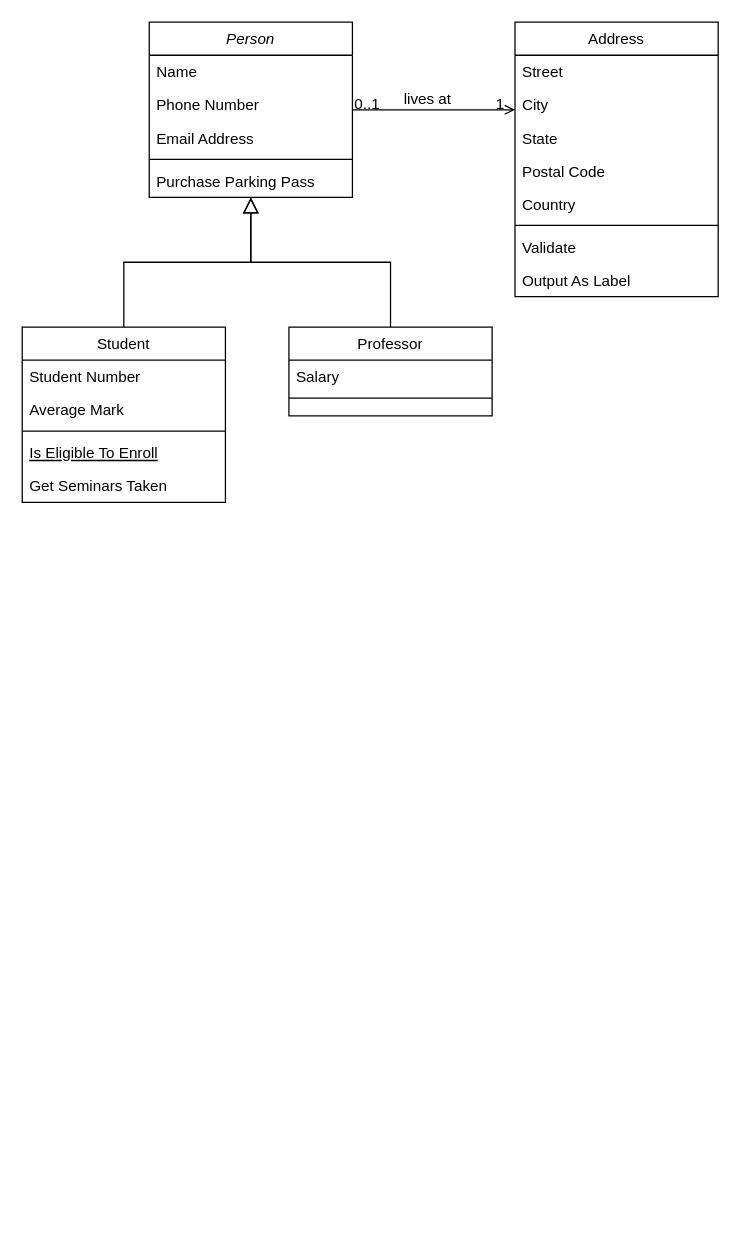
The draw.io diagram Resources/Diagramme de classe.drawio in titaosahraoui/EasySave, before the edit. Source tidied: cells renumbered, new cells numbered last; positions are measured from the earlier drawing's top-left corner, leaving out a move shared by most shapes. Both pictures are drawn from the tidied source at 127%, with x=0, y=0 at pixel (22, 22).
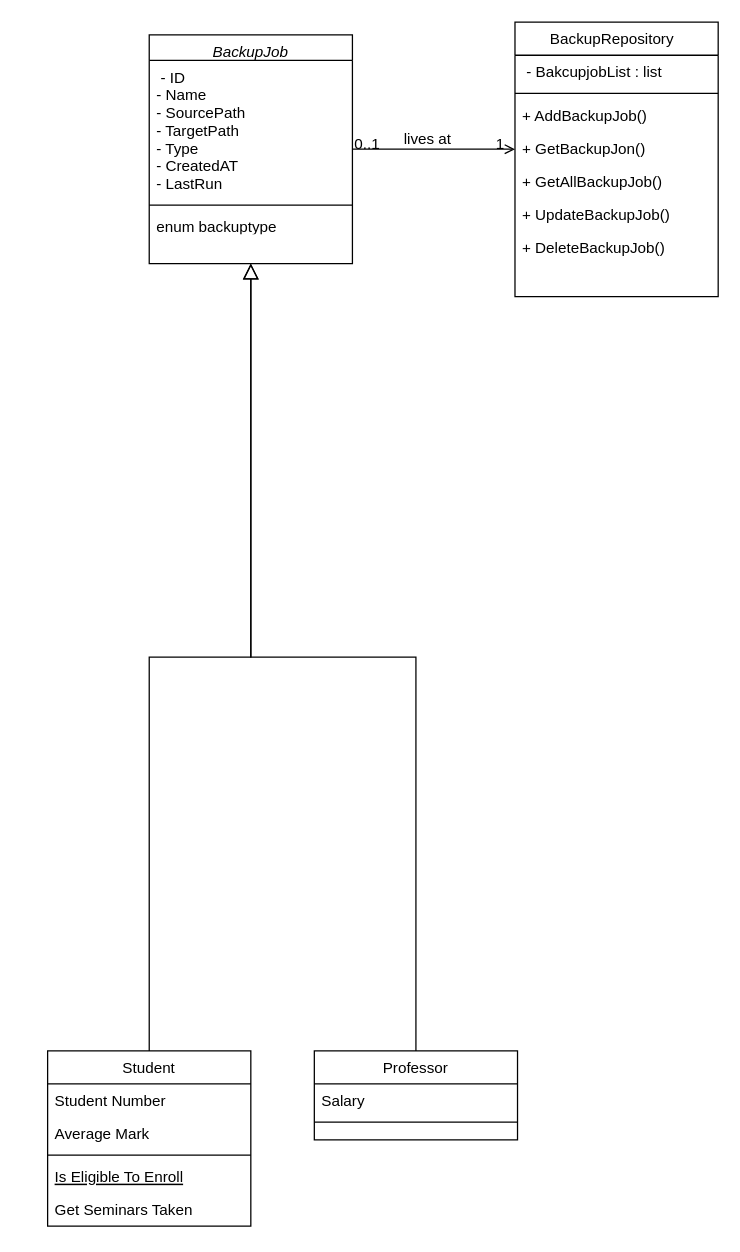
Above is the later version.

Commit message (it also covers changes not shown here):
Mettre à jour Diagramme de classe.drawio

Change to the diagram source:
```diff
@@
-    <mxCell id="2" value="Person" style="swimlane;fontStyle=2;align=center;verticalAlign=top;horizontal=1;startSize=26;rounded=0;shadow=0;strokeWidth=1;" parent="1" vertex="1">
-      <mxGeometry x="100" width="160" height="138" as="geometry" />
+    <mxCell id="2" value="BackupJob" style="swimlane;fontStyle=2;align=center;verticalAlign=top;horizontal=1;startSize=20;rounded=0;shadow=0;strokeWidth=1;" parent="1" vertex="1">
+      <mxGeometry x="100" y="10" width="160" height="180" as="geometry" />
     </mxCell>
-    <mxCell id="3" value="Name" style="text;align=left;verticalAlign=top;spacingLeft=4;spacingRight=4;overflow=hidden;" parent="2" vertex="1">
-      <mxGeometry y="26" width="160" height="26" as="geometry" />
-    </mxCell>
-    <mxCell id="4" value="Phone Number" style="text;align=left;verticalAlign=top;spacingLeft=4;spacingRight=4;overflow=hidden;rounded=0;shadow=0;html=0;" parent="2" vertex="1">
-      <mxGeometry y="52" width="160" height="26" as="geometry" />
-    </mxCell>
-    <mxCell id="5" value="Email Address" style="text;align=left;verticalAlign=top;spacingLeft=4;spacingRight=4;overflow=hidden;rounded=0;shadow=0;html=0;" parent="2" vertex="1">
-      <mxGeometry y="78" width="160" height="26" as="geometry" />
+    <mxCell id="5" value=" - ID&#10;- Name&#10;- SourcePath&#10;- TargetPath&#10;- Type&#10;- CreatedAT&#10;- LastRun" style="text;align=left;verticalAlign=top;spacingLeft=4;spacingRight=4;overflow=hidden;rounded=0;shadow=0;html=0;" parent="2" vertex="1">
+      <mxGeometry y="20" width="160" height="110" as="geometry" />
     </mxCell>
     <mxCell id="6" style="line;html=1;strokeWidth=1;align=left;verticalAlign=middle;spacingTop=-1;spacingLeft=3;spacingRight=3;labelPosition=right;" parent="2" vertex="1">
-      <mxGeometry y="104" width="160" height="8" as="geometry" />
+      <mxGeometry y="130" width="160" height="8" as="geometry" />
     </mxCell>
-    <mxCell id="7" value="Purchase Parking Pass" style="text;align=left;verticalAlign=top;spacingLeft=4;spacingRight=4;overflow=hidden;" parent="2" vertex="1">
-      <mxGeometry y="112" width="160" height="26" as="geometry" />
+    <mxCell id="7" value="enum backuptype" style="text;align=left;verticalAlign=top;spacingLeft=4;spacingRight=4;overflow=hidden;" parent="2" vertex="1">
+      <mxGeometry y="138" width="160" height="14" as="geometry" />
     </mxCell>
     <mxCell id="8" value="Student" style="swimlane;fontStyle=0;align=center;verticalAlign=top;horizontal=1;startSize=26;rounded=0;shadow=0;strokeWidth=1;" parent="1" vertex="1">
-      <mxGeometry y="240" width="160" height="138" as="geometry" />
+      <mxGeometry x="20" y="810" width="160" height="138" as="geometry" />
     </mxCell>
@@
     <mxCell id="15" value="Professor" style="swimlane;fontStyle=0;align=center;verticalAlign=top;horizontal=1;startSize=26;rounded=0;shadow=0;strokeWidth=1;" parent="1" vertex="1">
-      <mxGeometry x="210" y="240" width="160" height="70" as="geometry" />
+      <mxGeometry x="230" y="810" width="160" height="70" as="geometry" />
     </mxCell>
@@
-    <mxCell id="19" value="Address" style="swimlane;fontStyle=0;align=center;verticalAlign=top;horizontal=1;startSize=26;rounded=0;shadow=0;strokeWidth=1;" parent="1" vertex="1">
+    <mxCell id="19" value="BackupRepository  " style="swimlane;fontStyle=0;align=center;verticalAlign=top;horizontal=1;startSize=26;rounded=0;shadow=0;strokeWidth=1;" parent="1" vertex="1">
       <mxGeometry x="388" width="160" height="216" as="geometry" />
     </mxCell>
-    <mxCell id="20" value="Street" style="text;align=left;verticalAlign=top;spacingLeft=4;spacingRight=4;overflow=hidden;" parent="19" vertex="1">
+    <mxCell id="20" value=" - BakcupjobList : list" style="text;align=left;verticalAlign=top;spacingLeft=4;spacingRight=4;overflow=hidden;" parent="19" vertex="1">
       <mxGeometry y="26" width="160" height="26" as="geometry" />
     </mxCell>
-    <mxCell id="21" value="City" style="text;align=left;verticalAlign=top;spacingLeft=4;spacingRight=4;overflow=hidden;rounded=0;shadow=0;html=0;" parent="19" vertex="1">
-      <mxGeometry y="52" width="160" height="26" as="geometry" />
-    </mxCell>
-    <mxCell id="22" value="State" style="text;align=left;verticalAlign=top;spacingLeft=4;spacingRight=4;overflow=hidden;rounded=0;shadow=0;html=0;" parent="19" vertex="1">
-      <mxGeometry y="78" width="160" height="26" as="geometry" />
-    </mxCell>
-    <mxCell id="23" value="Postal Code" style="text;align=left;verticalAlign=top;spacingLeft=4;spacingRight=4;overflow=hidden;rounded=0;shadow=0;html=0;" parent="19" vertex="1">
-      <mxGeometry y="104" width="160" height="26" as="geometry" />
-    </mxCell>
-    <mxCell id="24" value="Country" style="text;align=left;verticalAlign=top;spacingLeft=4;spacingRight=4;overflow=hidden;rounded=0;shadow=0;html=0;" parent="19" vertex="1">
-      <mxGeometry y="130" width="160" height="26" as="geometry" />
-    </mxCell>
     <mxCell id="25" style="line;html=1;strokeWidth=1;align=left;verticalAlign=middle;spacingTop=-1;spacingLeft=3;spacingRight=3;labelPosition=right;" parent="19" vertex="1">
-      <mxGeometry y="156" width="160" height="8" as="geometry" />
+      <mxGeometry y="52" width="160" height="8" as="geometry" />
     </mxCell>
-    <mxCell id="26" value="Validate" style="text;align=left;verticalAlign=top;spacingLeft=4;spacingRight=4;overflow=hidden;" parent="19" vertex="1">
-      <mxGeometry y="164" width="160" height="26" as="geometry" />
+    <mxCell id="26" value="+ AddBackupJob()" style="text;align=left;verticalAlign=top;spacingLeft=4;spacingRight=4;overflow=hidden;" parent="19" vertex="1">
+      <mxGeometry y="60" width="160" height="26" as="geometry" />
     </mxCell>
-    <mxCell id="27" value="Output As Label" style="text;align=left;verticalAlign=top;spacingLeft=4;spacingRight=4;overflow=hidden;" parent="19" vertex="1">
-      <mxGeometry y="190" width="160" height="26" as="geometry" />
+    <mxCell id="27" value="+ GetBackupJon()" style="text;align=left;verticalAlign=top;spacingLeft=4;spacingRight=4;overflow=hidden;" parent="19" vertex="1">
+      <mxGeometry y="86" width="160" height="26" as="geometry" />
     </mxCell>
+    <mxCell id="32" value="+ GetAllBackupJob()" style="text;align=left;verticalAlign=top;spacingLeft=4;spacingRight=4;overflow=hidden;" parent="19" vertex="1">
+      <mxGeometry y="112" width="160" height="26" as="geometry" />
+    </mxCell>
+    <mxCell id="33" value="+ UpdateBackupJob()" style="text;align=left;verticalAlign=top;spacingLeft=4;spacingRight=4;overflow=hidden;" parent="19" vertex="1">
+      <mxGeometry y="138" width="160" height="26" as="geometry" />
+    </mxCell>
+    <mxCell id="34" value="+ DeleteBackupJob()" style="text;align=left;verticalAlign=top;spacingLeft=4;spacingRight=4;overflow=hidden;" parent="19" vertex="1">
+      <mxGeometry y="164" width="160" height="26" as="geometry" />
+    </mxCell>
```
